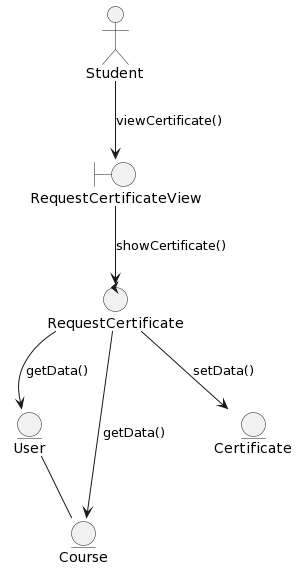
Above: docs/logicalView/analysisView/useCaseAnalysis/DiagramaDeColaboracionDeSolicitarCertificado/DiagramaDeColaboracionDeSolicitarCertificado.png in Carverz/IS-022023_Proyecto-Grupo-4 (PlantUML), before the change. Source of this version:
```plantuml
@startuml
:Student: as o1


boundary RequestCertificateView

control "RequestCertificate" as o2


entity "User" as o4
entity "Course" as o5
entity "Certificate" as o6

o1 --> RequestCertificateView: "viewCertificate()"

RequestCertificateView --> o2: "showCertificate()"
o2 --> o4:"getData()"
o2 --> o5: "getData()"

o4 -- o5
o2 --> o6: "setData()"
@enduml
```
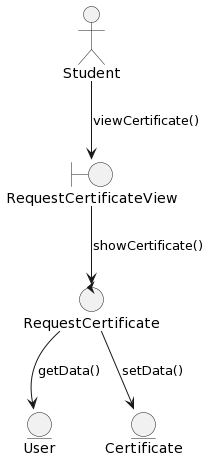
After the change.

Commit message:
Modificacion diagrama DiagramaDeColaboracionDeSolicitarCertificado

Change to the diagram source:
```diff
@@ -8,15 +8,13 @@
 
 
 entity "User" as o4
-entity "Course" as o5
+
 entity "Certificate" as o6
 
 o1 --> RequestCertificateView: "viewCertificate()"
 
 RequestCertificateView --> o2: "showCertificate()"
 o2 --> o4:"getData()"
-o2 --> o5: "getData()"
 
-o4 -- o5
 o2 --> o6: "setData()"
 @enduml
```
